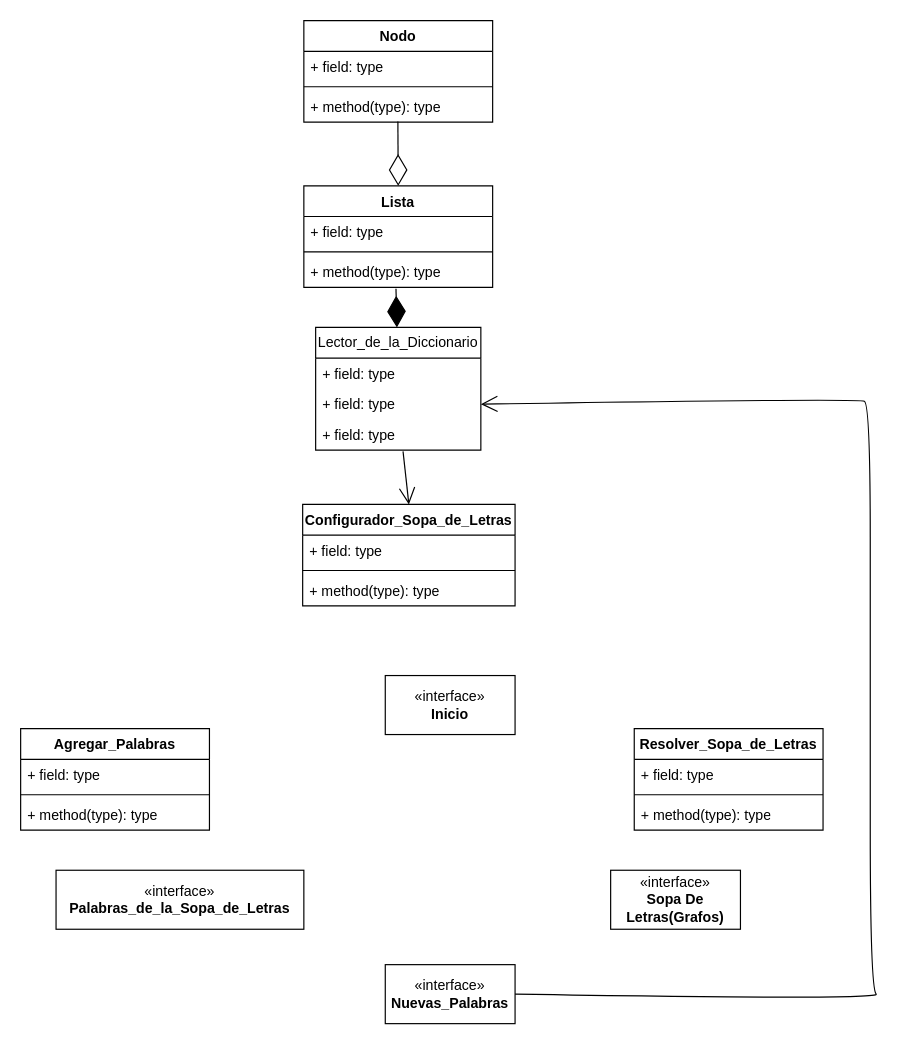
Before: sopa_de_letras.drawio in Diegoafkx/sopa-de-letras, a draw.io diagram. Source tidied: cells renumbered, new cells numbered last; positions are measured from the earlier drawing's top-left corner, leaving out a move shared by most shapes. Both pictures are drawn from the tidied source at 118%, with x=0, y=0 at pixel (20, 20).
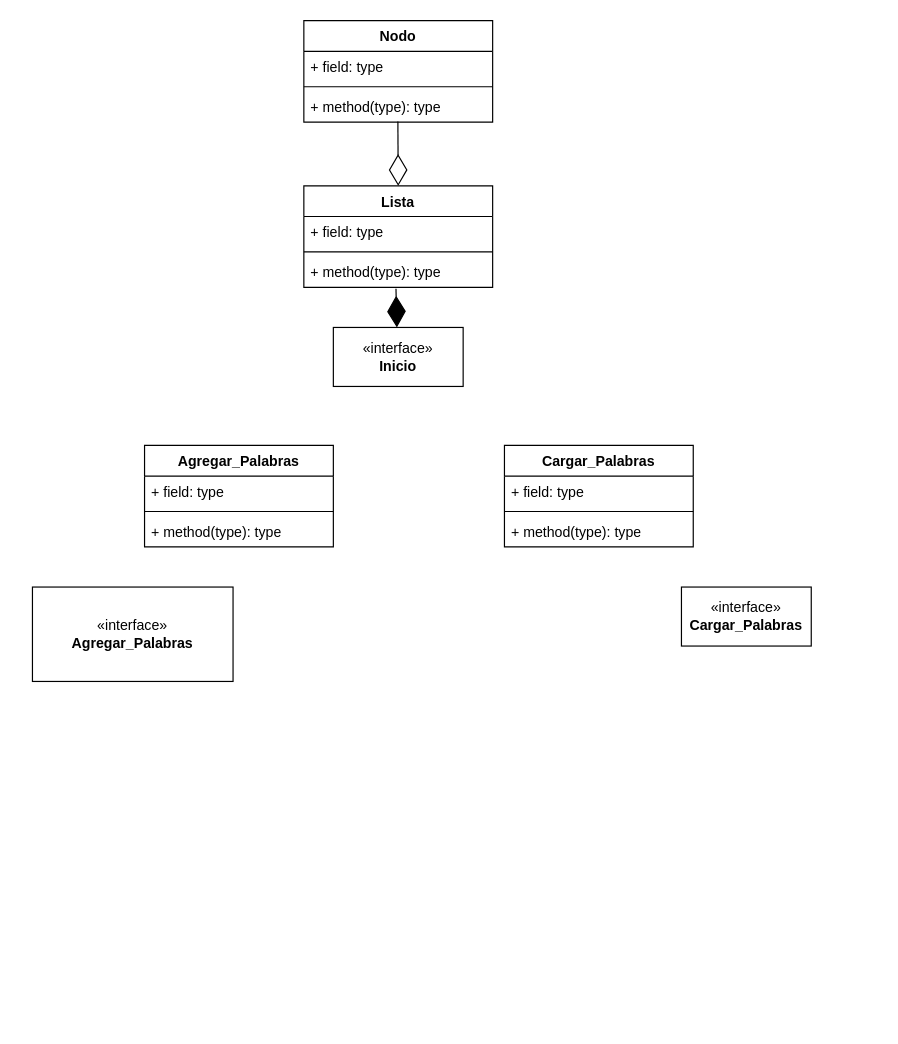
Above is the later version.

Unchanged cells that the change refers to:
```xml
<mxCell id="9" value="+ method(type): type" style="text;strokeColor=none;fillColor=none;align=left;verticalAlign=top;spacingLeft=4;spacingRight=4;overflow=hidden;points=[[0,0.5],[1,0.5]];portConstraint=eastwest;whiteSpace=wrap;html=1;" parent="6" vertex="1">
  <mxGeometry y="60" width="160" height="26" as="geometry" />
</mxCell>
```

Change to the diagram source:
```diff
@@
-    <mxCell id="10" value="Lector_de_la_Diccionario" style="swimlane;fontStyle=0;horizontal=1;startSize=26;fillColor=none;whiteSpace=wrap;html=1;" parent="1" vertex="1">
-      <mxGeometry x="250" y="260" width="140" height="104" as="geometry" />
-    </mxCell>
-    <mxCell id="11" value="+ field: type" style="text;strokeColor=none;fillColor=none;align=left;verticalAlign=top;spacingLeft=4;spacingRight=4;overflow=hidden;whiteSpace=wrap;html=1;" parent="10" vertex="1">
-      <mxGeometry y="26" width="140" height="26" as="geometry" />
-    </mxCell>
-    <mxCell id="12" value="+ field: type" style="text;strokeColor=none;fillColor=none;align=left;verticalAlign=top;spacingLeft=4;spacingRight=4;overflow=hidden;points=[[0,0.5],[1,0.5]];portConstraint=eastwest;whiteSpace=wrap;html=1;" parent="10" vertex="1">
-      <mxGeometry y="52" width="140" height="26" as="geometry" />
-    </mxCell>
-    <mxCell id="13" value="+ field: type" style="text;strokeColor=none;fillColor=none;align=left;verticalAlign=top;spacingLeft=4;spacingRight=4;overflow=hidden;points=[[0,0.5],[1,0.5]];portConstraint=eastwest;whiteSpace=wrap;html=1;" parent="10" vertex="1">
-      <mxGeometry y="78" width="140" height="26" as="geometry" />
-    </mxCell>
-    <mxCell id="14" value="Configurador_Sopa_de_Letras" style="swimlane;fontStyle=1;align=center;verticalAlign=top;horizontal=1;startSize=26;whiteSpace=wrap;html=1;" parent="1" vertex="1">
-      <mxGeometry x="239" y="410" width="180" height="86" as="geometry" />
-    </mxCell>
-    <mxCell id="15" value="+ field: type" style="text;strokeColor=none;fillColor=none;align=left;verticalAlign=top;spacingLeft=4;spacingRight=4;overflow=hidden;whiteSpace=wrap;html=1;" parent="14" vertex="1">
-      <mxGeometry y="26" width="180" height="26" as="geometry" />
-    </mxCell>
-    <mxCell id="16" style="line;strokeWidth=1;fillColor=none;align=left;verticalAlign=middle;spacingTop=-1;spacingLeft=3;spacingRight=3;labelPosition=right;strokeColor=inherit;" parent="14" vertex="1">
-      <mxGeometry y="52" width="180" height="8" as="geometry" />
-    </mxCell>
-    <mxCell id="17" value="+ method(type): type" style="text;strokeColor=none;fillColor=none;align=left;verticalAlign=top;spacingLeft=4;spacingRight=4;overflow=hidden;whiteSpace=wrap;html=1;" parent="14" vertex="1">
-      <mxGeometry y="60" width="180" height="26" as="geometry" />
-    </mxCell>
-    <mxCell id="18" value="Resolver_Sopa_de_Letras" style="swimlane;fontStyle=1;align=center;verticalAlign=top;horizontal=1;startSize=26;whiteSpace=wrap;html=1;" parent="1" vertex="1">
-      <mxGeometry x="520" y="600" width="160" height="86" as="geometry" />
-    </mxCell>
-    <mxCell id="19" value="+ field: type" style="text;strokeColor=none;fillColor=none;align=left;verticalAlign=top;spacingLeft=4;spacingRight=4;overflow=hidden;whiteSpace=wrap;html=1;" parent="18" vertex="1">
-      <mxGeometry y="26" width="160" height="26" as="geometry" />
-    </mxCell>
-    <mxCell id="20" style="line;strokeWidth=1;fillColor=none;align=left;verticalAlign=middle;spacingTop=-1;spacingLeft=3;spacingRight=3;labelPosition=right;strokeColor=inherit;" parent="18" vertex="1">
-      <mxGeometry y="52" width="160" height="8" as="geometry" />
-    </mxCell>
-    <mxCell id="21" value="+ method(type): type" style="text;strokeColor=none;fillColor=none;align=left;verticalAlign=top;spacingLeft=4;spacingRight=4;overflow=hidden;whiteSpace=wrap;html=1;" parent="18" vertex="1">
-      <mxGeometry y="60" width="160" height="26" as="geometry" />
-    </mxCell>
     <mxCell id="22" value="Agregar_Palabras" style="swimlane;fontStyle=1;align=center;verticalAlign=top;horizontal=1;startSize=26;whiteSpace=wrap;html=1;" parent="1" vertex="1">
-      <mxGeometry y="600" width="160" height="86" as="geometry" />
+      <mxGeometry x="105" y="360" width="160" height="86" as="geometry" />
     </mxCell>
@@
     <mxCell id="26" value="«interface»&lt;br&gt;&lt;b&gt;Inicio&lt;/b&gt;" style="html=1;whiteSpace=wrap;" parent="1" vertex="1">
-      <mxGeometry x="309" y="555" width="110" height="50" as="geometry" />
+      <mxGeometry x="265" y="260" width="110" height="50" as="geometry" />
     </mxCell>
-    <mxCell id="27" value="«interface»&lt;br&gt;&lt;b&gt;Sopa De Letras(Grafos)&lt;/b&gt;" style="html=1;whiteSpace=wrap;" parent="1" vertex="1">
-      <mxGeometry x="500" y="720" width="110" height="50" as="geometry" />
-    </mxCell>
-    <mxCell id="28" value="«interface»&lt;br&gt;&lt;b&gt;Nuevas_Palabras&lt;/b&gt;" style="html=1;whiteSpace=wrap;" parent="1" vertex="1">
-      <mxGeometry x="309" y="800" width="110" height="50" as="geometry" />
-    </mxCell>
-    <mxCell id="29" value="«interface»&lt;br&gt;&lt;b&gt;Palabras_de_la_Sopa_de_Letras&lt;/b&gt;" style="html=1;whiteSpace=wrap;" parent="1" vertex="1">
-      <mxGeometry x="30" y="720" width="210" height="50" as="geometry" />
-    </mxCell>
@@
-    <mxCell id="31" style="endArrow=diamondThin;endFill=1;endSize=24;html=1;rounded=0;exitX=0.488;exitY=1.044;exitDx=0;exitDy=0;exitPerimeter=0;" parent="1" edge="1" source="9" target="10">
-      <mxGeometry relative="1" as="geometry" />
+    <mxCell id="31" style="endArrow=diamondThin;endFill=1;endSize=24;html=1;rounded=0;exitX=0.488;exitY=1.044;exitDx=0;exitDy=0;exitPerimeter=0;" parent="1" edge="1" source="9">
+      <mxGeometry relative="1" as="geometry">
+        <mxPoint x="318.8" y="260" as="targetPoint" />
+      </mxGeometry>
     </mxCell>
-    <mxCell id="32" style="endArrow=open;endFill=1;endSize=12;html=1;rounded=0;fontSize=12;curved=1;exitX=1;exitY=0.5;exitDx=0;exitDy=0;entryX=1;entryY=0.5;entryDx=0;entryDy=0;" parent="1" edge="1" source="28" target="12">
-      <mxGeometry relative="1" as="geometry">
-        <Array as="points">
-          <mxPoint x="730" y="830" />
-          <mxPoint x="720" y="820" />
-          <mxPoint x="720" y="550" />
-          <mxPoint x="720" y="325" />
-          <mxPoint x="710" y="320" />
-        </Array>
-      </mxGeometry>
-    </mxCell>
-    <mxCell id="33" style="endArrow=open;endFill=1;endSize=12;html=1;rounded=0;fontSize=12;curved=1;exitX=0.529;exitY=1.038;exitDx=0;exitDy=0;exitPerimeter=0;entryX=0.5;entryY=0;entryDx=0;entryDy=0;" parent="1" edge="1" source="13" target="14">
-      <mxGeometry relative="1" as="geometry" />
-    </mxCell>
+    <mxCell id="34" value="Cargar_Palabras" style="swimlane;fontStyle=1;align=center;verticalAlign=top;horizontal=1;startSize=26;whiteSpace=wrap;html=1;" parent="1" vertex="1">
+      <mxGeometry x="410" y="360" width="160" height="86" as="geometry" />
+    </mxCell>
+    <mxCell id="19" value="+ field: type" style="text;strokeColor=none;fillColor=none;align=left;verticalAlign=top;spacingLeft=4;spacingRight=4;overflow=hidden;whiteSpace=wrap;html=1;" parent="34" vertex="1">
+      <mxGeometry y="26" width="160" height="26" as="geometry" />
+    </mxCell>
+    <mxCell id="20" style="line;strokeWidth=1;fillColor=none;align=left;verticalAlign=middle;spacingTop=-1;spacingLeft=3;spacingRight=3;labelPosition=right;strokeColor=inherit;" parent="34" vertex="1">
+      <mxGeometry y="52" width="160" height="8" as="geometry" />
+    </mxCell>
+    <mxCell id="21" value="+ method(type): type" style="text;strokeColor=none;fillColor=none;align=left;verticalAlign=top;spacingLeft=4;spacingRight=4;overflow=hidden;whiteSpace=wrap;html=1;" parent="34" vertex="1">
+      <mxGeometry y="60" width="160" height="26" as="geometry" />
+    </mxCell>
+    <mxCell id="35" value="«interface»&lt;br&gt;&lt;b&gt;Agregar_Palabras&lt;/b&gt;" style="html=1;whiteSpace=wrap;" parent="1" vertex="1">
+      <mxGeometry x="10" y="480" width="170" height="80" as="geometry" />
+    </mxCell>
+    <mxCell id="36" value="«interface»&lt;br&gt;&lt;b&gt;Cargar_Palabras&lt;/b&gt;" style="html=1;whiteSpace=wrap;" parent="1" vertex="1">
+      <mxGeometry x="560" y="480" width="110" height="50" as="geometry" />
+    </mxCell>
```
